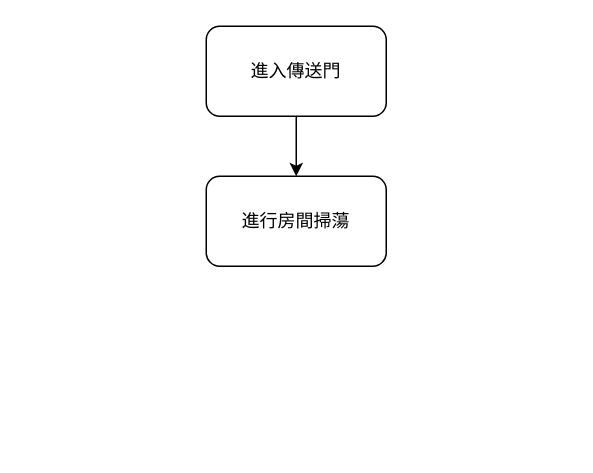
Before: page "冒險流程" (2 of 4) of Plan/流程圖.drawio in Fidowen/First_Game, a draw.io diagram. Source tidied: cells renumbered, new cells numbered last; positions are measured from the earlier drawing's top-left corner, leaving out a move shared by most shapes. Both pictures are drawn from the tidied source at 150%, with x=0, y=0 at pixel (206, 26).
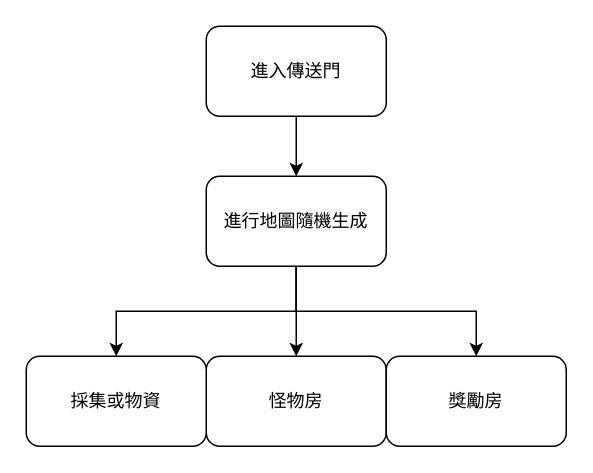
The same diagram, later.

Commit message:
更新流程圖.drawio

What changed in the source:
```diff
@@
 <mxGraphModel>
   <root>
     <mxCell id="0" />
     <mxCell id="1" parent="0" />
     <mxCell id="2" style="edgeStyle=orthogonalEdgeStyle;rounded=0;jettySize=auto;html=1;exitX=0.5;exitY=1;exitDx=0;exitDy=0;entryX=0.5;entryY=0;entryDx=0;entryDy=0;" parent="1" edge="1" source="3" target="4">
       <mxGeometry relative="1" as="geometry" />
     </mxCell>
     <mxCell id="3" value="進入傳送門" style="rounded=1;whiteSpace=wrap;html=1;" parent="1" vertex="1">
       <mxGeometry width="120" height="60" as="geometry" />
     </mxCell>
+    <mxCell id="5" style="edgeStyle=orthogonalEdgeStyle;rounded=0;jettySize=auto;html=1;exitX=0.5;exitY=1;exitDx=0;exitDy=0;entryX=0.5;entryY=0;entryDx=0;entryDy=0;" parent="1" edge="1" source="4" target="8">
+      <mxGeometry relative="1" as="geometry" />
+    </mxCell>
+    <mxCell id="6" style="edgeStyle=orthogonalEdgeStyle;rounded=0;jettySize=auto;html=1;exitX=0.5;exitY=1;exitDx=0;exitDy=0;" parent="1" edge="1" source="4" target="10">
+      <mxGeometry relative="1" as="geometry" />
+    </mxCell>
+    <mxCell id="7" style="edgeStyle=orthogonalEdgeStyle;rounded=0;jettySize=auto;html=1;exitX=0.5;exitY=1;exitDx=0;exitDy=0;" parent="1" edge="1" source="4" target="9">
+      <mxGeometry relative="1" as="geometry" />
+    </mxCell>
-    <mxCell id="4" value="進行房間掃蕩" style="rounded=1;whiteSpace=wrap;html=1;" parent="1" vertex="1">
+    <mxCell id="4" value="進行地圖隨機生成" style="rounded=1;whiteSpace=wrap;html=1;" parent="1" vertex="1">
       <mxGeometry y="100" width="120" height="60" as="geometry" />
     </mxCell>
+    <mxCell id="8" value="怪物房" style="rounded=1;whiteSpace=wrap;html=1;" parent="1" vertex="1">
+      <mxGeometry y="220" width="120" height="60" as="geometry" />
+    </mxCell>
+    <mxCell id="9" value="採集或物資" style="rounded=1;whiteSpace=wrap;html=1;" parent="1" vertex="1">
+      <mxGeometry x="-120" y="220" width="120" height="60" as="geometry" />
+    </mxCell>
+    <mxCell id="10" value="獎勵房" style="rounded=1;whiteSpace=wrap;html=1;" parent="1" vertex="1">
+      <mxGeometry x="120" y="220" width="120" height="60" as="geometry" />
+    </mxCell>
   </root>
 </mxGraphModel>
```
